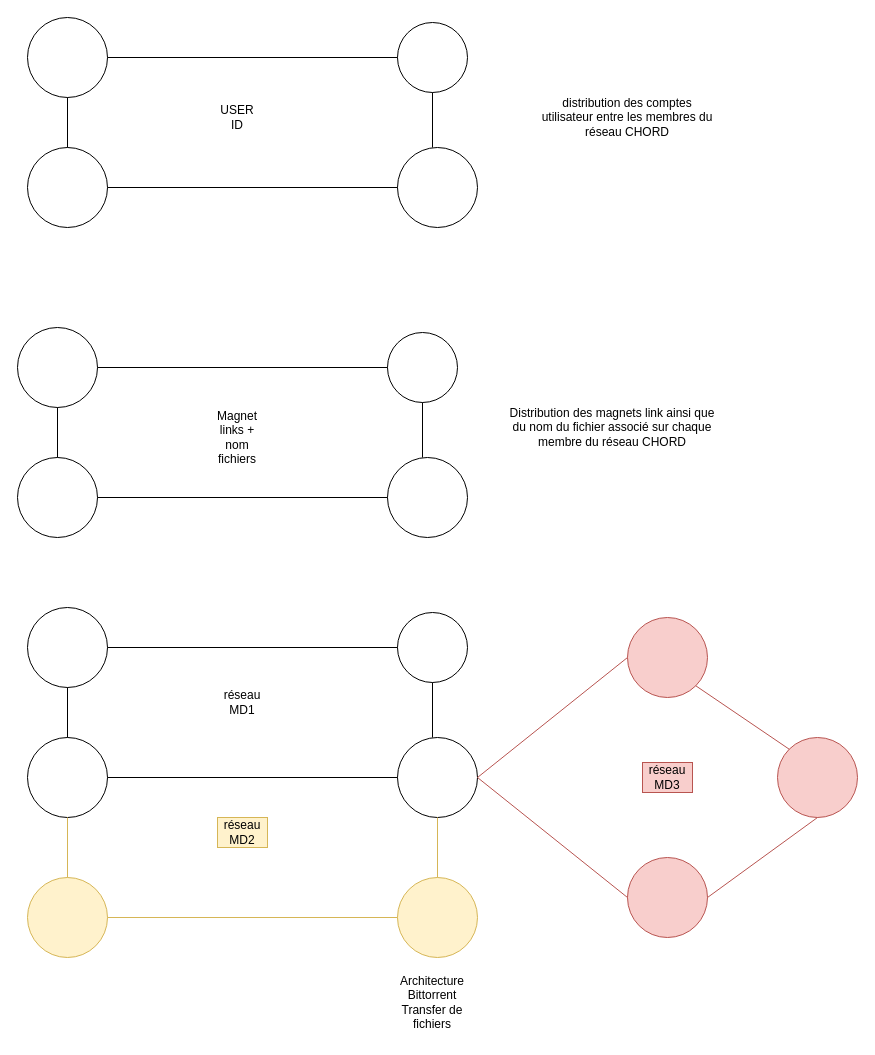
xYokilyoksx/SimpleBlogMVC keeps this draw.io diagram as Untitled Diagram.drawio. Above is the earlier version. Source tidied: cells renumbered, new cells numbered last; positions are measured from the earlier drawing's top-left corner, leaving out a move shared by most shapes. Both pictures are drawn from the tidied source at 100%, with x=0, y=0 at pixel (17, 17).
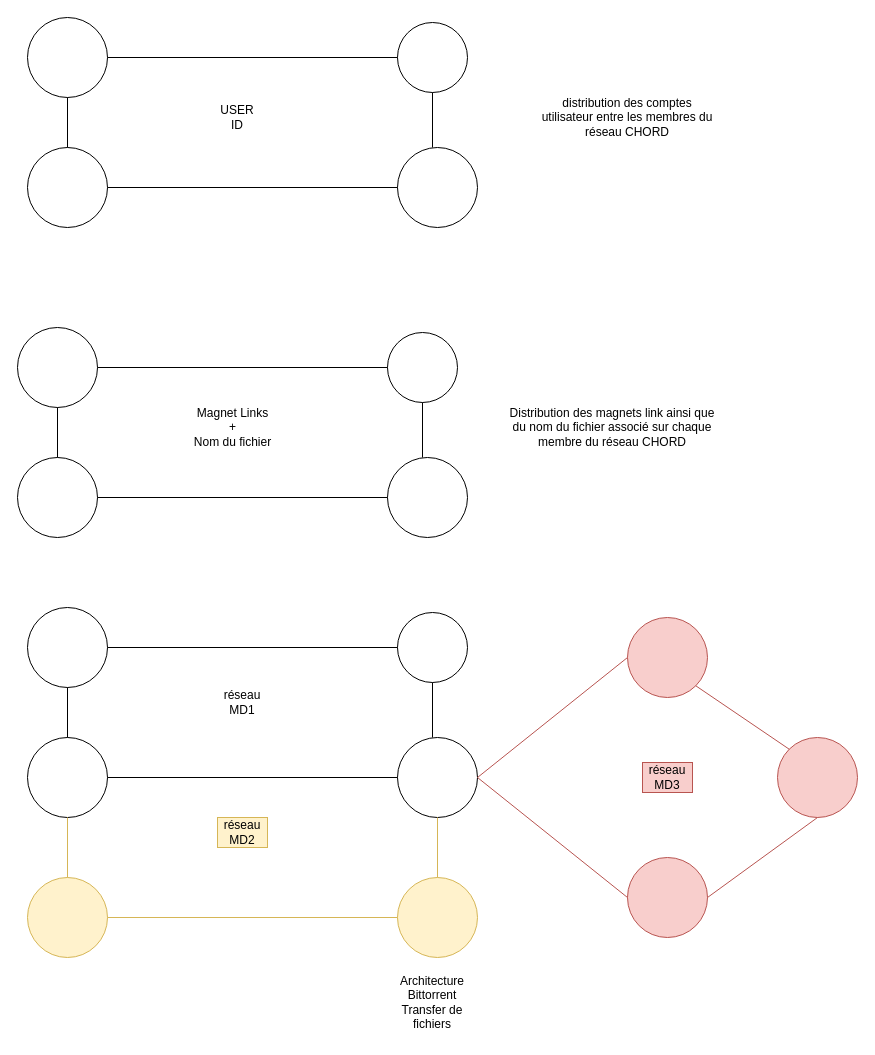
Above is the later version.

The edit, as a diff of the source:
```diff
@@
-    <mxCell id="19" value="Magnet links + nom fichiers" style="text;html=1;strokeColor=none;fillColor=none;align=center;verticalAlign=middle;whiteSpace=wrap;rounded=0;" parent="1" vertex="1">
-      <mxGeometry x="200" y="410" width="40" height="20" as="geometry" />
+    <mxCell id="19" value="Magnet Links&lt;br&gt;+&lt;br&gt;Nom du fichier" style="text;html=1;strokeColor=none;fillColor=none;align=center;verticalAlign=middle;whiteSpace=wrap;rounded=0;" parent="1" vertex="1">
+      <mxGeometry x="171" y="390" width="89" height="40" as="geometry" />
     </mxCell>
```
